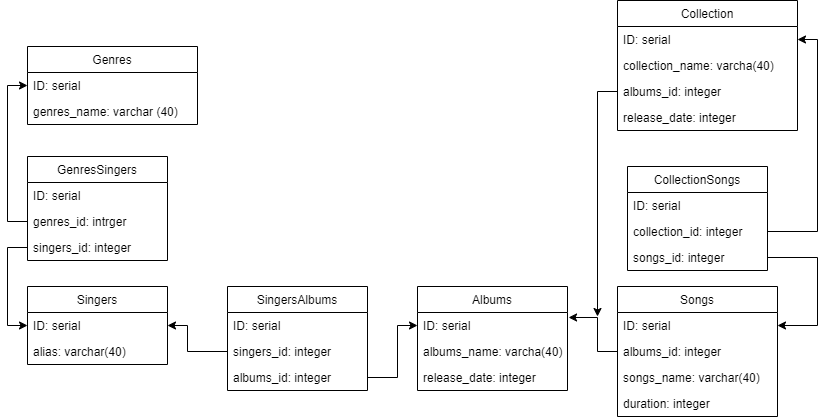
This is HW3.png from MarinaLoskutova89/music_store, a draw.io export, as it was before one commit. Source tidied: cells renumbered, new cells last; positions are measured from the earlier drawing's top-left corner, leaving out a move shared by most shapes.
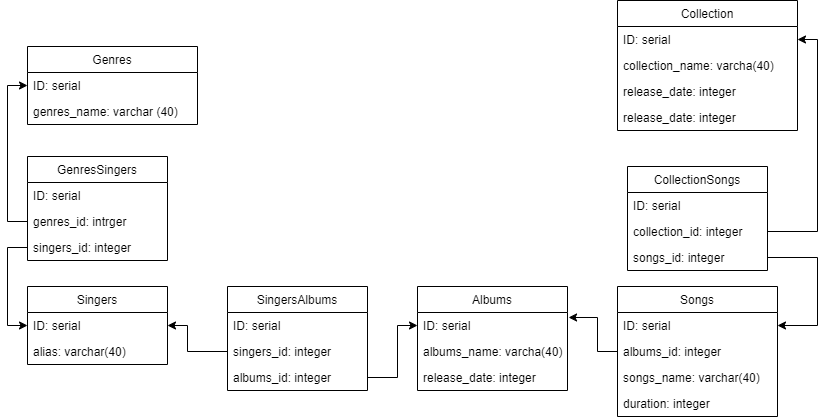
Above is the later version.

Diff of the diagram source:
```diff
@@ -110,17 +110,12 @@
     <mxCell id="32" value="collection_name: varcha(40)" style="text;strokeColor=none;fillColor=none;align=left;verticalAlign=top;spacingLeft=4;spacingRight=4;overflow=hidden;" parent="30" vertex="1">
       <mxGeometry y="52" width="180" height="26" as="geometry" />
     </mxCell>
-    <mxCell id="33" value="albums_id: integer" style="text;strokeColor=none;fillColor=none;align=left;verticalAlign=top;spacingLeft=4;spacingRight=4;overflow=hidden;points=[[0,0.5],[1,0.5]];portConstraint=eastwest;" parent="30" vertex="1">
-      <mxGeometry y="78" width="180" height="26" as="geometry" />
-    </mxCell>
+    <mxCell id="42" value="release_date: integer" style="text;strokeColor=none;fillColor=none;align=left;verticalAlign=top;spacingLeft=4;spacingRight=4;overflow=hidden;" parent="30" vertex="1">
+      <mxGeometry y="78" width="180" height="26" as="geometry" />
+    </mxCell>
     <mxCell id="34" value="release_date: integer" style="text;strokeColor=none;fillColor=none;align=left;verticalAlign=top;spacingLeft=4;spacingRight=4;overflow=hidden;" parent="30" vertex="1">
       <mxGeometry y="104" width="180" height="26" as="geometry" />
     </mxCell>
-    <mxCell id="35" style="edgeStyle=orthogonalEdgeStyle;rounded=0;jettySize=auto;html=1;exitX=0;exitY=0.5;exitDx=0;exitDy=0;" parent="1" edge="1" source="33">
-      <mxGeometry relative="1" as="geometry">
-        <mxPoint x="570" y="316" as="targetPoint" />
-      </mxGeometry>
-    </mxCell>
     <mxCell id="36" value="CollectionSongs" style="swimlane;fontStyle=0;horizontal=1;startSize=26;" parent="1" vertex="1">
       <mxGeometry x="600" y="166" width="140" height="104" as="geometry" />
     </mxCell>
```
